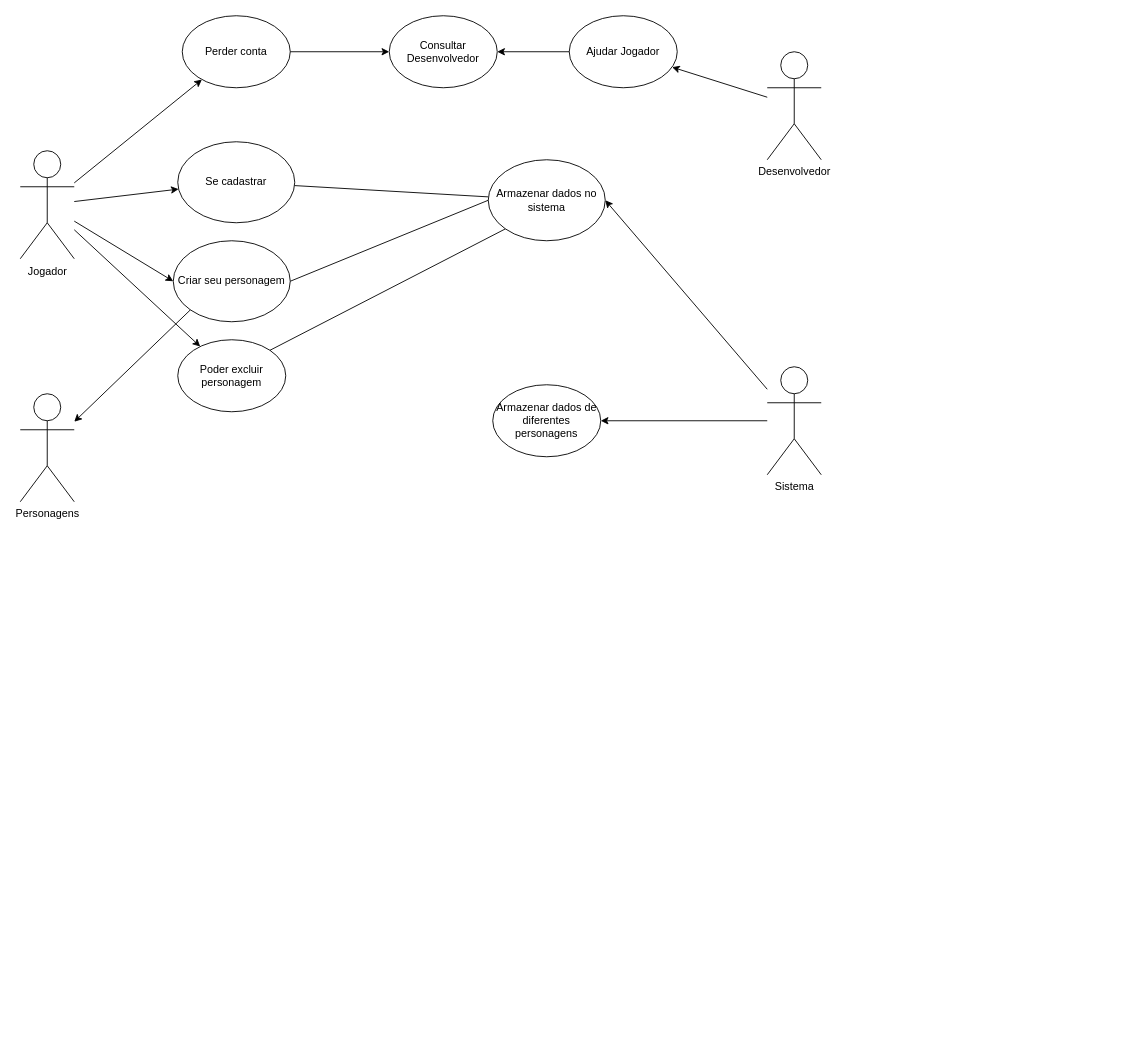
Before: Diagrama sem nome.drawio in Lotharzin/Valley-Of-Cleaning, a draw.io diagram. Source tidied: cells renumbered, new cells numbered last; positions are measured from the earlier drawing's top-left corner, leaving out a move shared by most shapes. Both pictures are drawn from the tidied source at 90%, with x=0, y=0 at pixel (20, 15).
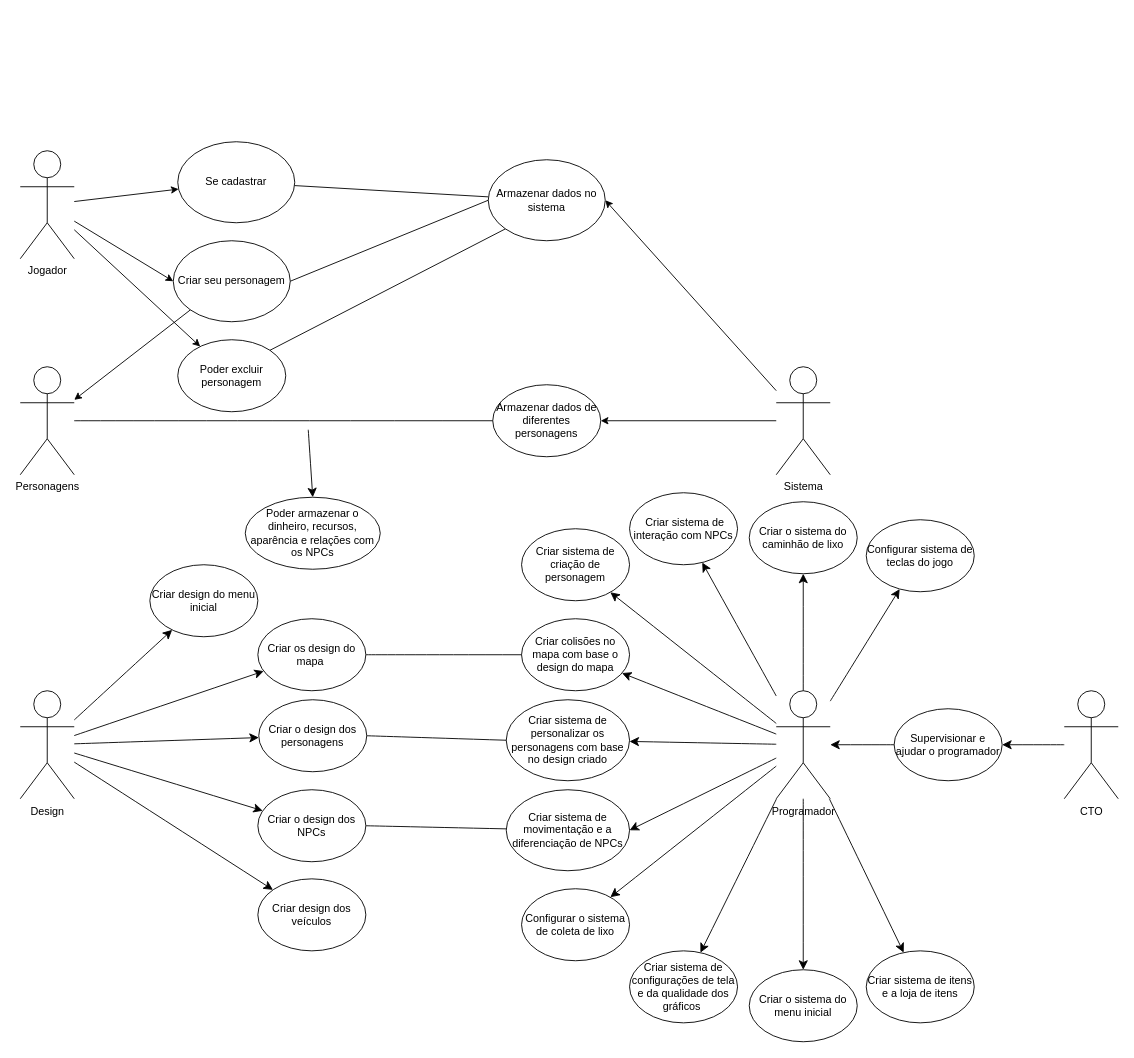
The same page after the edit.

The change refers to these unchanged cells:
```xml
<mxCell id="2" value="Jogador" style="shape=umlActor;verticalLabelPosition=bottom;verticalAlign=top;html=1;outlineConnect=0;" parent="1" vertex="1">
  <mxGeometry y="150" width="60" height="120" as="geometry" />
</mxCell>
<mxCell id="16" value="Armazenar dados de diferentes personagens" style="ellipse;whiteSpace=wrap;html=1;" parent="1" vertex="1">
  <mxGeometry x="525" y="410" width="120" height="80" as="geometry" />
</mxCell>
```

What changed in the source:
```diff
@@
     <mxCell id="10" value="Sistema" style="shape=umlActor;verticalLabelPosition=bottom;verticalAlign=top;html=1;outlineConnect=0;" parent="1" vertex="1">
-      <mxGeometry x="830" y="390" width="60" height="120" as="geometry" />
+      <mxGeometry x="840" y="390" width="60" height="120" as="geometry" />
     </mxCell>
@@
     <mxCell id="17" value="Personagens" style="shape=umlActor;verticalLabelPosition=bottom;verticalAlign=top;html=1;outlineConnect=0;" parent="1" vertex="1">
-      <mxGeometry y="420" width="60" height="120" as="geometry" />
+      <mxGeometry y="390" width="60" height="120" as="geometry" />
     </mxCell>
-    <mxCell id="18" value="Desenvolvedor" style="shape=umlActor;verticalLabelPosition=bottom;verticalAlign=top;html=1;outlineConnect=0;" parent="1" vertex="1">
-      <mxGeometry x="830" y="40" width="60" height="120" as="geometry" />
-    </mxCell>
@@
-    <mxCell id="20" style="endArrow=classic;html=1;rounded=0;" parent="1" edge="1" source="2" target="21">
-      <mxGeometry relative="1" as="geometry" />
-    </mxCell>
-    <mxCell id="21" value="Perder conta" style="ellipse;whiteSpace=wrap;html=1;" parent="1" vertex="1">
-      <mxGeometry x="180" width="120" height="80" as="geometry" />
-    </mxCell>
-    <mxCell id="22" style="endArrow=classic;html=1;rounded=0;" parent="1" edge="1" source="18" target="25">
-      <mxGeometry relative="1" as="geometry" />
-    </mxCell>
-    <mxCell id="23" style="endArrow=classic;html=1;rounded=0;exitX=1;exitY=0.5;exitDx=0;exitDy=0;" parent="1" edge="1" source="21" target="24">
-      <mxGeometry relative="1" as="geometry" />
-    </mxCell>
-    <mxCell id="24" value="Consultar Desenvolvedor" style="ellipse;whiteSpace=wrap;html=1;" parent="1" vertex="1">
-      <mxGeometry x="410" width="120" height="80" as="geometry" />
-    </mxCell>
-    <mxCell id="25" value="Ajudar Jogador" style="ellipse;whiteSpace=wrap;html=1;" parent="1" vertex="1">
-      <mxGeometry x="610" width="120" height="80" as="geometry" />
-    </mxCell>
-    <mxCell id="26" style="endArrow=classic;html=1;rounded=0;entryX=1;entryY=0.5;entryDx=0;entryDy=0;exitX=0;exitY=0.5;exitDx=0;exitDy=0;" parent="1" edge="1" source="25" target="24">
-      <mxGeometry relative="1" as="geometry" />
-    </mxCell>
+    <mxCell id="27" style="endArrow=none;html=1;rounded=0;fontSize=12;startSize=8;endSize=8;curved=1;" parent="1" edge="1" source="17" target="16">
+      <mxGeometry relative="1" as="geometry" />
+    </mxCell>
+    <mxCell id="28" style="endArrow=classic;html=1;rounded=0;fontSize=12;startSize=8;endSize=8;curved=1;entryX=0.5;entryY=0;entryDx=0;entryDy=0;" parent="1" edge="1" target="29">
+      <mxGeometry relative="1" as="geometry">
+        <mxPoint x="320" y="460" as="sourcePoint" />
+      </mxGeometry>
+    </mxCell>
+    <mxCell id="29" value="Poder armazenar o dinheiro, recursos, aparência e relações com os NPCs" style="ellipse;whiteSpace=wrap;html=1;" parent="1" vertex="1">
+      <mxGeometry x="250" y="535" width="150" height="80" as="geometry" />
+    </mxCell>
+    <mxCell id="30" value="Design" style="shape=umlActor;verticalLabelPosition=bottom;verticalAlign=top;html=1;outlineConnect=0;" parent="1" vertex="1">
+      <mxGeometry y="750" width="60" height="120" as="geometry" />
+    </mxCell>
+    <mxCell id="31" style="endArrow=classic;html=1;rounded=0;fontSize=12;startSize=8;endSize=8;curved=1;" parent="1" edge="1" source="30" target="32">
+      <mxGeometry relative="1" as="geometry" />
+    </mxCell>
+    <mxCell id="32" value="Criar os design do mapa&amp;nbsp;" style="ellipse;whiteSpace=wrap;html=1;" parent="1" vertex="1">
+      <mxGeometry x="264" y="670" width="120" height="80" as="geometry" />
+    </mxCell>
+    <mxCell id="33" style="endArrow=classic;html=1;rounded=0;fontSize=12;startSize=8;endSize=8;curved=1;" parent="1" edge="1" source="30" target="34">
+      <mxGeometry relative="1" as="geometry" />
+    </mxCell>
+    <mxCell id="34" value="Criar o design dos personagens" style="ellipse;whiteSpace=wrap;html=1;" parent="1" vertex="1">
+      <mxGeometry x="265" y="760" width="120" height="80" as="geometry" />
+    </mxCell>
+    <mxCell id="35" style="endArrow=classic;html=1;rounded=0;fontSize=12;startSize=8;endSize=8;curved=1;" parent="1" edge="1" source="30" target="36">
+      <mxGeometry relative="1" as="geometry" />
+    </mxCell>
+    <mxCell id="36" value="Criar o design dos NPCs" style="ellipse;whiteSpace=wrap;html=1;" parent="1" vertex="1">
+      <mxGeometry x="264" y="860" width="120" height="80" as="geometry" />
+    </mxCell>
+    <mxCell id="37" value="Programador" style="shape=umlActor;verticalLabelPosition=bottom;verticalAlign=top;html=1;outlineConnect=0;" parent="1" vertex="1">
+      <mxGeometry x="840" y="750" width="60" height="120" as="geometry" />
+    </mxCell>
+    <mxCell id="38" style="endArrow=classic;html=1;rounded=0;fontSize=12;startSize=8;endSize=8;curved=1;" parent="1" edge="1" source="37" target="39">
+      <mxGeometry relative="1" as="geometry" />
+    </mxCell>
+    <mxCell id="39" value="Criar colisões no mapa com base o design do mapa" style="ellipse;whiteSpace=wrap;html=1;" parent="1" vertex="1">
+      <mxGeometry x="557" y="670" width="120" height="80" as="geometry" />
+    </mxCell>
+    <mxCell id="40" style="endArrow=none;html=1;rounded=0;fontSize=12;startSize=8;endSize=8;curved=1;exitX=1;exitY=0.5;exitDx=0;exitDy=0;entryX=0;entryY=0.5;entryDx=0;entryDy=0;" parent="1" edge="1" source="32" target="39">
+      <mxGeometry relative="1" as="geometry" />
+    </mxCell>
+    <mxCell id="41" style="endArrow=classic;html=1;rounded=0;fontSize=12;startSize=8;endSize=8;curved=1;" parent="1" edge="1" source="37" target="42">
+      <mxGeometry relative="1" as="geometry" />
+    </mxCell>
+    <mxCell id="42" value="Criar sistema de personalizar os personagens com base no design criado" style="ellipse;whiteSpace=wrap;html=1;" parent="1" vertex="1">
+      <mxGeometry x="540" y="760" width="137" height="90" as="geometry" />
+    </mxCell>
+    <mxCell id="43" style="endArrow=none;html=1;rounded=0;fontSize=12;startSize=8;endSize=8;curved=1;exitX=1;exitY=0.5;exitDx=0;exitDy=0;entryX=0;entryY=0.5;entryDx=0;entryDy=0;" parent="1" edge="1" source="34" target="42">
+      <mxGeometry relative="1" as="geometry" />
+    </mxCell>
+    <mxCell id="44" style="endArrow=none;html=1;rounded=0;fontSize=12;startSize=8;endSize=8;curved=1;exitX=1;exitY=0.5;exitDx=0;exitDy=0;" parent="1" edge="1" source="36" target="45">
+      <mxGeometry relative="1" as="geometry" />
+    </mxCell>
+    <mxCell id="45" value="Criar sistema de movimentação e a diferenciação de NPCs" style="ellipse;whiteSpace=wrap;html=1;" parent="1" vertex="1">
+      <mxGeometry x="540" y="860" width="137" height="90" as="geometry" />
+    </mxCell>
+    <mxCell id="46" style="endArrow=classic;html=1;rounded=0;fontSize=12;startSize=8;endSize=8;curved=1;entryX=1;entryY=0.5;entryDx=0;entryDy=0;" parent="1" edge="1" source="37" target="45">
+      <mxGeometry relative="1" as="geometry" />
+    </mxCell>
+    <mxCell id="47" value="CTO" style="shape=umlActor;verticalLabelPosition=bottom;verticalAlign=top;html=1;outlineConnect=0;" parent="1" vertex="1">
+      <mxGeometry x="1160" y="750" width="60" height="120" as="geometry" />
+    </mxCell>
+    <mxCell id="48" style="endArrow=classic;html=1;rounded=0;fontSize=12;startSize=8;endSize=8;curved=1;" parent="1" edge="1" source="47" target="49">
+      <mxGeometry relative="1" as="geometry" />
+    </mxCell>
+    <mxCell id="49" value="Supervisionar e ajudar o programador" style="ellipse;whiteSpace=wrap;html=1;" parent="1" vertex="1">
+      <mxGeometry x="971" y="770" width="120" height="80" as="geometry" />
+    </mxCell>
+    <mxCell id="50" style="endArrow=classic;html=1;rounded=0;fontSize=12;startSize=8;endSize=8;curved=1;exitX=0;exitY=0.5;exitDx=0;exitDy=0;" parent="1" edge="1" source="49" target="37">
+      <mxGeometry relative="1" as="geometry" />
+    </mxCell>
+    <mxCell id="51" style="endArrow=classic;html=1;rounded=0;fontSize=12;startSize=8;endSize=8;curved=1;" parent="1" edge="1" source="37" target="52">
+      <mxGeometry relative="1" as="geometry" />
+    </mxCell>
+    <mxCell id="52" value="Configurar o sistema de coleta de lixo" style="ellipse;whiteSpace=wrap;html=1;" parent="1" vertex="1">
+      <mxGeometry x="557" y="970" width="120" height="80" as="geometry" />
+    </mxCell>
+    <mxCell id="53" style="endArrow=classic;html=1;rounded=0;fontSize=12;startSize=8;endSize=8;curved=1;" parent="1" edge="1" source="37" target="54">
+      <mxGeometry relative="1" as="geometry" />
+    </mxCell>
+    <mxCell id="54" value="Criar sistema de criação de personagem" style="ellipse;whiteSpace=wrap;html=1;" parent="1" vertex="1">
+      <mxGeometry x="557" y="570" width="120" height="80" as="geometry" />
+    </mxCell>
+    <mxCell id="55" style="endArrow=classic;html=1;rounded=0;fontSize=12;startSize=8;endSize=8;curved=1;" parent="1" edge="1" source="37" target="56">
+      <mxGeometry relative="1" as="geometry" />
+    </mxCell>
+    <mxCell id="56" value="Criar sistema de configurações de tela e da qualidade dos gráficos&amp;nbsp;" style="ellipse;whiteSpace=wrap;html=1;" parent="1" vertex="1">
+      <mxGeometry x="677" y="1039" width="120" height="80" as="geometry" />
+    </mxCell>
+    <mxCell id="57" style="endArrow=classic;html=1;rounded=0;fontSize=12;startSize=8;endSize=8;curved=1;" parent="1" edge="1" source="37" target="58">
+      <mxGeometry relative="1" as="geometry" />
+    </mxCell>
+    <mxCell id="58" value="&amp;nbsp;Criar sistema de interação com NPCs" style="ellipse;whiteSpace=wrap;html=1;" parent="1" vertex="1">
+      <mxGeometry x="677" y="530" width="120" height="80" as="geometry" />
+    </mxCell>
+    <mxCell id="59" style="endArrow=classic;html=1;rounded=0;fontSize=12;startSize=8;endSize=8;curved=1;" parent="1" edge="1" source="37" target="60">
+      <mxGeometry relative="1" as="geometry" />
+    </mxCell>
+    <mxCell id="60" value="Criar o sistema do caminhão de lixo" style="ellipse;whiteSpace=wrap;html=1;" parent="1" vertex="1">
+      <mxGeometry x="810" y="540" width="120" height="80" as="geometry" />
+    </mxCell>
+    <mxCell id="61" style="endArrow=classic;html=1;rounded=0;fontSize=12;startSize=8;endSize=8;curved=1;" parent="1" edge="1" source="30" target="62">
+      <mxGeometry relative="1" as="geometry" />
+    </mxCell>
+    <mxCell id="62" value="Criar design dos veículos" style="ellipse;whiteSpace=wrap;html=1;" parent="1" vertex="1">
+      <mxGeometry x="264" y="959" width="120" height="80" as="geometry" />
+    </mxCell>
+    <mxCell id="63" style="endArrow=classic;html=1;rounded=0;fontSize=12;startSize=8;endSize=8;curved=1;" parent="1" edge="1" source="30" target="64">
+      <mxGeometry relative="1" as="geometry" />
+    </mxCell>
+    <mxCell id="64" value="Criar design do menu inicial" style="ellipse;whiteSpace=wrap;html=1;" parent="1" vertex="1">
+      <mxGeometry x="144" y="610" width="120" height="80" as="geometry" />
+    </mxCell>
+    <mxCell id="65" style="endArrow=classic;html=1;rounded=0;fontSize=12;startSize=8;endSize=8;curved=1;" parent="1" edge="1" source="37" target="66">
+      <mxGeometry relative="1" as="geometry" />
+    </mxCell>
+    <mxCell id="66" value="Criar o sistema do menu inicial" style="ellipse;whiteSpace=wrap;html=1;" parent="1" vertex="1">
+      <mxGeometry x="810" y="1060" width="120" height="80" as="geometry" />
+    </mxCell>
+    <mxCell id="67" style="endArrow=classic;html=1;rounded=0;fontSize=12;startSize=8;endSize=8;curved=1;" parent="1" edge="1" source="37" target="68">
+      <mxGeometry relative="1" as="geometry" />
+    </mxCell>
+    <mxCell id="68" value="Criar sistema de itens e a loja de itens" style="ellipse;whiteSpace=wrap;html=1;" parent="1" vertex="1">
+      <mxGeometry x="940" y="1039" width="120" height="80" as="geometry" />
+    </mxCell>
+    <mxCell id="69" style="endArrow=classic;html=1;rounded=0;fontSize=12;startSize=8;endSize=8;curved=1;" parent="1" edge="1" source="37" target="70">
+      <mxGeometry relative="1" as="geometry" />
+    </mxCell>
+    <mxCell id="70" value="Configurar sistema de teclas do jogo" style="ellipse;whiteSpace=wrap;html=1;" parent="1" vertex="1">
+      <mxGeometry x="940" y="560" width="120" height="80" as="geometry" />
+    </mxCell>
```
